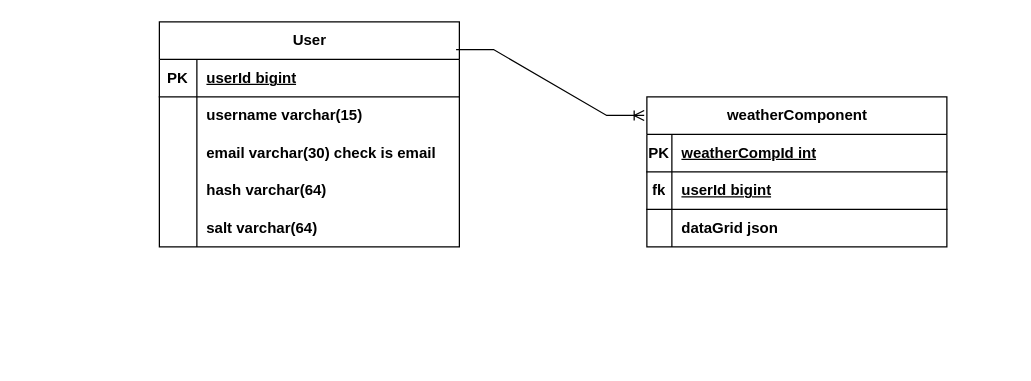
dev-khoi/weather-component keeps this draw.io diagram as backend/db/weather.drawio. Above is the earlier version. Source tidied: cells renumbered, new cells numbered last; positions are measured from the earlier drawing's top-left corner, leaving out a move shared by most shapes. Both pictures are drawn from the tidied source at 125%, with x=0, y=0 at pixel (159, 21).
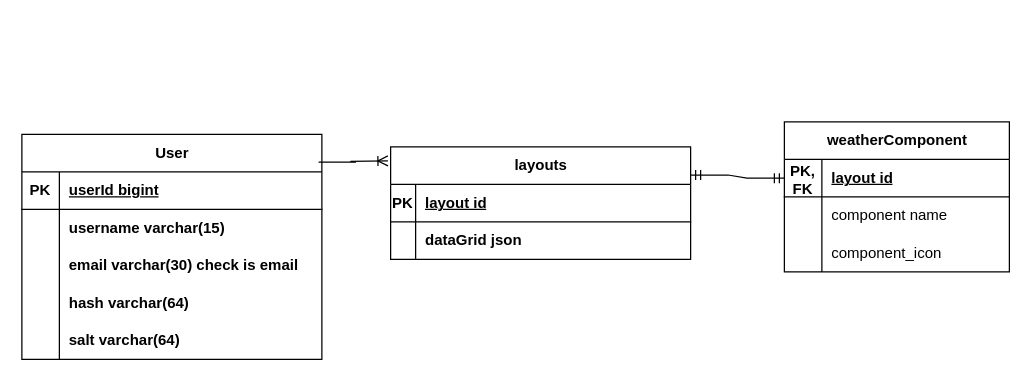
After the change.

Unchanged cells that the change refers to:
```xml
<mxCell id="19" style="shape=tableRow;horizontal=0;startSize=0;swimlaneHead=0;swimlaneBody=0;fillColor=none;top=0;left=0;right=0;bottom=1;" parent="18" vertex="1">
  <mxGeometry y="30" width="240" height="30" as="geometry" />
</mxCell>
```

The edit, as a diff of the source:
```diff
@@
     <mxCell id="2" value="User" style="shape=table;startSize=30;childLayout=tableLayout;rowLines=0;fontStyle=1;align=center;html=1;" parent="1" vertex="1">
-      <mxGeometry width="240" height="180" as="geometry" />
+      <mxGeometry x="-110" y="90" width="240" height="180" as="geometry" />
     </mxCell>
@@
-    <mxCell id="18" value="weatherComponent" style="shape=table;startSize=30;childLayout=tableLayout;rowLines=0;fontStyle=1;align=center;html=1;" parent="1" vertex="1">
-      <mxGeometry x="390" y="60" width="240" height="120" as="geometry" />
+    <mxCell id="18" value="layouts" style="shape=table;startSize=30;childLayout=tableLayout;rowLines=0;fontStyle=1;align=center;html=1;" parent="1" vertex="1">
+      <mxGeometry x="185" y="100" width="240" height="90" as="geometry" />
     </mxCell>
@@
-    <mxCell id="21" value="weatherCompId int" style="shape=partialRectangle;fillColor=none;top=0;left=0;bottom=0;right=0;align=left;spacingLeft=6;fontStyle=5;overflow=hidden;whiteSpace=wrap;html=1;" parent="19" vertex="1">
+    <mxCell id="21" value="layout id" style="shape=partialRectangle;fillColor=none;top=0;left=0;bottom=0;right=0;align=left;spacingLeft=6;fontStyle=5;overflow=hidden;whiteSpace=wrap;html=1;" parent="19" vertex="1">
       <mxGeometry x="20" width="220" height="30" as="geometry" />
     </mxCell>
-    <mxCell id="22" style="shape=tableRow;horizontal=0;startSize=0;swimlaneHead=0;swimlaneBody=0;fillColor=none;top=0;left=0;right=0;bottom=1;" parent="18" vertex="1">
-      <mxGeometry y="60" width="240" height="30" as="geometry" />
-    </mxCell>
-    <mxCell id="23" value="fk" style="shape=partialRectangle;fillColor=none;top=0;left=0;bottom=0;right=0;fontStyle=1;overflow=hidden;whiteSpace=wrap;html=1;" parent="22" vertex="1">
-      <mxGeometry width="20" height="30" as="geometry" />
-    </mxCell>
-    <mxCell id="24" value="userId bigint" style="shape=partialRectangle;fillColor=none;top=0;left=0;bottom=0;right=0;align=left;spacingLeft=6;fontStyle=5;overflow=hidden;whiteSpace=wrap;html=1;" parent="22" vertex="1">
-      <mxGeometry x="20" width="220" height="30" as="geometry" />
-    </mxCell>
     <mxCell id="25" style="shape=tableRow;horizontal=0;startSize=0;swimlaneHead=0;swimlaneBody=0;fillColor=none;top=0;left=0;right=0;bottom=0;" parent="18" vertex="1">
-      <mxGeometry y="90" width="240" height="30" as="geometry" />
+      <mxGeometry y="60" width="240" height="30" as="geometry" />
     </mxCell>
@@
+    <mxCell id="29" value="weatherComponent" style="shape=table;startSize=30;childLayout=tableLayout;rowLines=0;fontStyle=1;align=center;html=1;" parent="1" vertex="1">
+      <mxGeometry x="500" y="80" width="180" height="120" as="geometry" />
+    </mxCell>
+    <mxCell id="30" style="shape=tableRow;horizontal=0;startSize=0;swimlaneHead=0;swimlaneBody=0;fillColor=none;points=[[0,0.5],[1,0.5]];portConstraint=eastwest;top=0;left=0;right=0;bottom=1;" parent="29" vertex="1">
+      <mxGeometry y="30" width="180" height="30" as="geometry" />
+    </mxCell>
+    <mxCell id="31" value="PK, FK" style="shape=partialRectangle;fillColor=none;top=0;left=0;bottom=0;right=0;fontStyle=1;overflow=hidden;whiteSpace=wrap;html=1;" parent="30" vertex="1">
+      <mxGeometry width="30" height="30" as="geometry" />
+    </mxCell>
+    <mxCell id="32" value="layout id" style="shape=partialRectangle;fillColor=none;top=0;left=0;bottom=0;right=0;align=left;spacingLeft=6;fontStyle=5;overflow=hidden;whiteSpace=wrap;html=1;" parent="30" vertex="1">
+      <mxGeometry x="30" width="150" height="30" as="geometry" />
+    </mxCell>
+    <mxCell id="33" style="shape=tableRow;horizontal=0;startSize=0;swimlaneHead=0;swimlaneBody=0;fillColor=none;top=0;left=0;right=0;bottom=0;" parent="29" vertex="1">
+      <mxGeometry y="60" width="180" height="30" as="geometry" />
+    </mxCell>
+    <mxCell id="34" style="shape=partialRectangle;fillColor=none;top=0;left=0;bottom=0;right=0;overflow=hidden;whiteSpace=wrap;html=1;" parent="33" vertex="1">
+      <mxGeometry width="30" height="30" as="geometry" />
+    </mxCell>
+    <mxCell id="35" value="component name&lt;span style=&quot;white-space: pre;&quot;&gt;&#9;&lt;/span&gt;" style="shape=partialRectangle;fillColor=none;top=0;left=0;bottom=0;right=0;align=left;spacingLeft=6;overflow=hidden;whiteSpace=wrap;html=1;" parent="33" vertex="1">
+      <mxGeometry x="30" width="150" height="30" as="geometry" />
+    </mxCell>
+    <mxCell id="36" style="shape=tableRow;horizontal=0;startSize=0;swimlaneHead=0;swimlaneBody=0;fillColor=none;top=0;left=0;right=0;bottom=0;" parent="29" vertex="1">
+      <mxGeometry y="90" width="180" height="30" as="geometry" />
+    </mxCell>
+    <mxCell id="37" style="shape=partialRectangle;fillColor=none;top=0;left=0;bottom=0;right=0;overflow=hidden;whiteSpace=wrap;html=1;" parent="36" vertex="1">
+      <mxGeometry width="30" height="30" as="geometry" />
+    </mxCell>
+    <mxCell id="38" value="component_icon" style="shape=partialRectangle;fillColor=none;top=0;left=0;bottom=0;right=0;align=left;spacingLeft=6;overflow=hidden;whiteSpace=wrap;html=1;" parent="36" vertex="1">
+      <mxGeometry x="30" width="150" height="30" as="geometry" />
+    </mxCell>
+    <mxCell id="39" style="edgeStyle=entityRelationEdgeStyle;fontSize=12;html=1;endArrow=ERmandOne;startArrow=ERmandOne;rounded=0;exitX=1;exitY=0.25;exitDx=0;exitDy=0;entryX=0;entryY=0.5;entryDx=0;entryDy=0;" parent="1" edge="1" source="18" target="30">
+      <mxGeometry relative="1" as="geometry" />
+    </mxCell>
```
